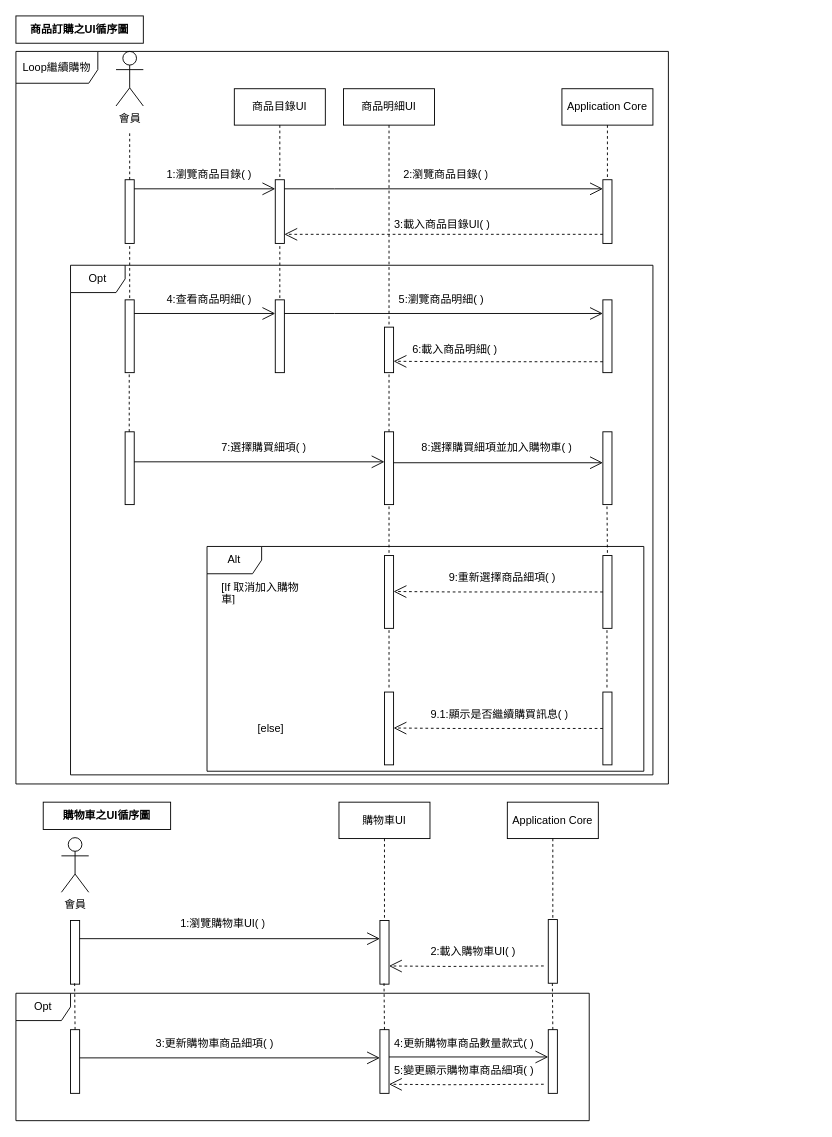
odcs0320/blog keeps this draw.io diagram as 未命名绘图.drawio. Above is the earlier version. Source tidied: cells renumbered, new cells numbered last; positions are measured from the earlier drawing's top-left corner, leaving out a move shared by most shapes. Both pictures are drawn from the tidied source at 91%, with x=0, y=0 at pixel (15, 15).
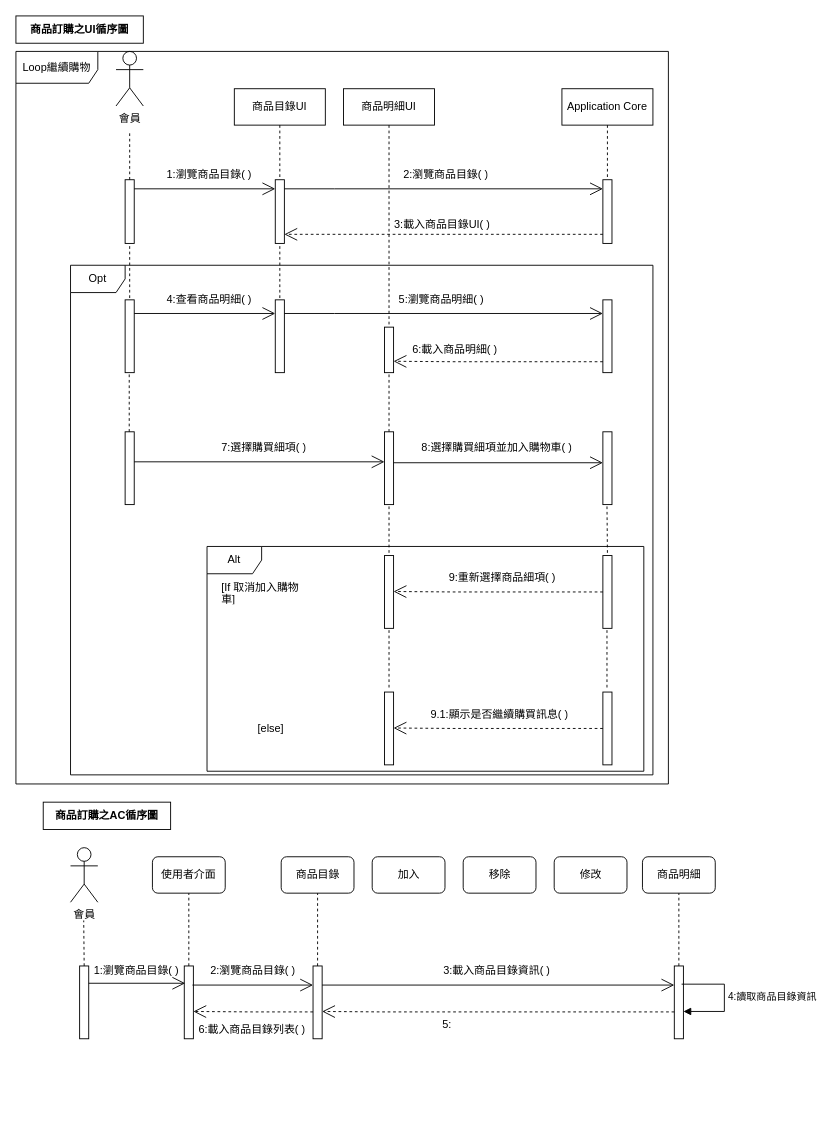
Above is the later version.

Commit message (it also covers changes not shown here):
更新未命名绘图.drawio

The edit, as a diff of the source:
```diff
@@
     <mxCell id="52" value="會員" style="shape=umlActor;verticalLabelPosition=bottom;verticalAlign=top;html=1;" parent="1" vertex="1">
-      <mxGeometry x="50" y="903" width="30" height="60" as="geometry" />
+      <mxGeometry x="60" y="914" width="30" height="60" as="geometry" />
     </mxCell>
-    <mxCell id="53" value="購物車之UI循序圖" style="fontStyle=1;whiteSpace=wrap;html=1;" parent="1" vertex="1">
+    <mxCell id="53" value="商品訂購之AC循序圖" style="fontStyle=1;whiteSpace=wrap;html=1;" parent="1" vertex="1">
       <mxGeometry x="30" y="864" width="140" height="30" as="geometry" />
     </mxCell>
-    <mxCell id="54" value="購物車UI" style="shape=umlLifeline;perimeter=lifelinePerimeter;whiteSpace=wrap;html=1;newEdgeStyle={&quot;edgeStyle&quot;:&quot;elbowEdgeStyle&quot;,&quot;elbow&quot;:&quot;vertical&quot;,&quot;curved&quot;:0,&quot;rounded&quot;:0};" parent="1" vertex="1">
-      <mxGeometry x="355" y="864" width="100" height="130" as="geometry" />
-    </mxCell>
-    <mxCell id="55" style="html=1;perimeter=orthogonalPerimeter;targetShapes=umlLifeline;newEdgeStyle={&quot;edgeStyle&quot;:&quot;elbowEdgeStyle&quot;,&quot;elbow&quot;:&quot;vertical&quot;,&quot;curved&quot;:0,&quot;rounded&quot;:0};" parent="1" vertex="1">
-      <mxGeometry x="60" y="994" width="10" height="70" as="geometry" />
-    </mxCell>
-    <mxCell id="56" value="1:瀏覽購物車UI( )" style="text;strokeColor=none;fillColor=none;align=left;verticalAlign=middle;spacingLeft=4;spacingRight=4;overflow=hidden;whiteSpace=wrap;html=1;" parent="1" vertex="1">
-      <mxGeometry x="175" y="983" width="110" height="30" as="geometry" />
-    </mxCell>
-    <mxCell id="57" value="Application Core" style="shape=umlLifeline;perimeter=lifelinePerimeter;whiteSpace=wrap;html=1;newEdgeStyle={&quot;edgeStyle&quot;:&quot;elbowEdgeStyle&quot;,&quot;elbow&quot;:&quot;vertical&quot;,&quot;curved&quot;:0,&quot;rounded&quot;:0};" parent="1" vertex="1">
-      <mxGeometry x="540" y="864" width="100" height="129" as="geometry" />
-    </mxCell>
-    <mxCell id="58" style="html=1;points=[];perimeter=orthogonalPerimeter;outlineConnect=0;targetShapes=umlLifeline;portConstraint=eastwest;newEdgeStyle={&quot;edgeStyle&quot;:&quot;elbowEdgeStyle&quot;,&quot;elbow&quot;:&quot;vertical&quot;,&quot;curved&quot;:0,&quot;rounded&quot;:0};" parent="1" vertex="1">
-      <mxGeometry x="400" y="994" width="10" height="70" as="geometry" />
-    </mxCell>
-    <mxCell id="59" style="html=1;perimeter=orthogonalPerimeter;targetShapes=umlLifeline;newEdgeStyle={&quot;edgeStyle&quot;:&quot;elbowEdgeStyle&quot;,&quot;elbow&quot;:&quot;vertical&quot;,&quot;curved&quot;:0,&quot;rounded&quot;:0};" parent="1" vertex="1">
-      <mxGeometry x="585" y="993" width="10" height="70" as="geometry" />
-    </mxCell>
-    <mxCell id="60" value="2:載入購物車UI( )" style="text;strokeColor=none;fillColor=none;align=left;verticalAlign=middle;spacingLeft=4;spacingRight=4;overflow=hidden;whiteSpace=wrap;html=1;" parent="1" vertex="1">
-      <mxGeometry x="450" y="1013" width="110" height="30" as="geometry" />
-    </mxCell>
-    <mxCell id="61" style="endArrow=open;endFill=1;endSize=12;html=1;rounded=0;entryX=0;entryY=0.286;entryDx=0;entryDy=0;entryPerimeter=0;" parent="1" edge="1" target="58">
-      <mxGeometry relative="1" as="geometry">
-        <mxPoint x="70" y="1014" as="sourcePoint" />
-      </mxGeometry>
-    </mxCell>
-    <mxCell id="62" style="endArrow=open;endFill=1;endSize=12;html=1;rounded=0;dashed=1;" parent="1" edge="1">
-      <mxGeometry relative="1" as="geometry">
-        <mxPoint x="580" y="1044" as="sourcePoint" />
-        <mxPoint x="410" y="1044" as="targetPoint" />
-        <Array as="points">
-          <mxPoint x="475" y="1044.5" />
-        </Array>
-      </mxGeometry>
-    </mxCell>
-    <mxCell id="63" style="html=1;perimeter=orthogonalPerimeter;targetShapes=umlLifeline;newEdgeStyle={&quot;edgeStyle&quot;:&quot;elbowEdgeStyle&quot;,&quot;elbow&quot;:&quot;vertical&quot;,&quot;curved&quot;:0,&quot;rounded&quot;:0};" parent="1" vertex="1">
-      <mxGeometry x="60" y="1114" width="10" height="70" as="geometry" />
-    </mxCell>
-    <mxCell id="64" style="html=1;points=[];perimeter=orthogonalPerimeter;outlineConnect=0;targetShapes=umlLifeline;portConstraint=eastwest;newEdgeStyle={&quot;edgeStyle&quot;:&quot;elbowEdgeStyle&quot;,&quot;elbow&quot;:&quot;vertical&quot;,&quot;curved&quot;:0,&quot;rounded&quot;:0};" parent="1" vertex="1">
-      <mxGeometry x="400" y="1114" width="10" height="70" as="geometry" />
-    </mxCell>
-    <mxCell id="65" style="html=1;perimeter=orthogonalPerimeter;targetShapes=umlLifeline;newEdgeStyle={&quot;edgeStyle&quot;:&quot;elbowEdgeStyle&quot;,&quot;elbow&quot;:&quot;vertical&quot;,&quot;curved&quot;:0,&quot;rounded&quot;:0};" parent="1" vertex="1">
-      <mxGeometry x="585" y="1114" width="10" height="70" as="geometry" />
-    </mxCell>
-    <mxCell id="66" value="3:更新購物車商品細項( )" style="text;strokeColor=none;fillColor=none;align=left;verticalAlign=middle;spacingLeft=4;spacingRight=4;overflow=hidden;whiteSpace=wrap;html=1;" parent="1" vertex="1">
-      <mxGeometry x="147.5" y="1114" width="145" height="30" as="geometry" />
-    </mxCell>
-    <mxCell id="67" style="endArrow=open;endFill=1;endSize=12;html=1;rounded=0;entryX=0;entryY=0.286;entryDx=0;entryDy=0;entryPerimeter=0;" parent="1" edge="1">
-      <mxGeometry relative="1" as="geometry">
-        <mxPoint x="70" y="1145" as="sourcePoint" />
-        <mxPoint x="400" y="1145" as="targetPoint" />
-      </mxGeometry>
-    </mxCell>
-    <mxCell id="68" style="endArrow=open;endFill=1;endSize=12;html=1;rounded=0;entryX=0;entryY=0.286;entryDx=0;entryDy=0;entryPerimeter=0;" parent="1" edge="1" source="64">
-      <mxGeometry relative="1" as="geometry">
-        <mxPoint x="585" y="1144" as="targetPoint" />
-      </mxGeometry>
-    </mxCell>
-    <mxCell id="69" style="endArrow=open;endFill=1;endSize=12;html=1;rounded=0;dashed=1;" parent="1" edge="1">
-      <mxGeometry relative="1" as="geometry">
-        <mxPoint x="580" y="1174" as="sourcePoint" />
-        <mxPoint x="410" y="1174" as="targetPoint" />
-        <Array as="points">
-          <mxPoint x="475" y="1174.5" />
-        </Array>
-      </mxGeometry>
-    </mxCell>
-    <mxCell id="70" value="4:更新購物車商品數量款式( )" style="text;strokeColor=none;fillColor=none;align=left;verticalAlign=middle;spacingLeft=4;spacingRight=4;overflow=hidden;whiteSpace=wrap;html=1;" parent="1" vertex="1">
-      <mxGeometry x="410" y="1114" width="170" height="30" as="geometry" />
-    </mxCell>
-    <mxCell id="71" value="5:變更顯示購物車商品細項( )" style="text;strokeColor=none;fillColor=none;align=left;verticalAlign=middle;spacingLeft=4;spacingRight=4;overflow=hidden;whiteSpace=wrap;html=1;" parent="1" vertex="1">
-      <mxGeometry x="410" y="1144" width="170" height="30" as="geometry" />
-    </mxCell>
-    <mxCell id="72" style="html=1;verticalAlign=bottom;startArrow=none;endArrow=none;dashed=1;rounded=0;" parent="1" edge="1">
-      <mxGeometry relative="1" as="geometry">
-        <mxPoint x="405" y="1114" as="sourcePoint" />
-        <mxPoint x="404.5" y="1063" as="targetPoint" />
-      </mxGeometry>
-    </mxCell>
-    <mxCell id="73" style="html=1;verticalAlign=bottom;startArrow=none;endArrow=none;dashed=1;rounded=0;" parent="1" edge="1">
-      <mxGeometry relative="1" as="geometry">
-        <mxPoint x="590" y="1114" as="sourcePoint" />
-        <mxPoint x="589.5" y="1063" as="targetPoint" />
-      </mxGeometry>
-    </mxCell>
-    <mxCell id="74" style="html=1;verticalAlign=bottom;startArrow=none;endArrow=none;dashed=1;rounded=0;" parent="1" edge="1">
-      <mxGeometry relative="1" as="geometry">
-        <mxPoint x="65" y="1114" as="sourcePoint" />
-        <mxPoint x="64.5" y="1063" as="targetPoint" />
-      </mxGeometry>
-    </mxCell>
@@
-    <mxCell id="78" value="Opt" style="shape=umlFrame;whiteSpace=wrap;html=1;" parent="1" vertex="1">
-      <mxGeometry y="1074" width="630" height="140" as="geometry" />
-    </mxCell>
+    <mxCell id="79" value="使用者介面" style="rounded=1;whiteSpace=wrap;html=1;" parent="1" vertex="1">
+      <mxGeometry x="150" y="924" width="80" height="40" as="geometry" />
+    </mxCell>
+    <mxCell id="80" value="商品目錄" style="rounded=1;whiteSpace=wrap;html=1;" parent="1" vertex="1">
+      <mxGeometry x="291.5" y="924" width="80" height="40" as="geometry" />
+    </mxCell>
+    <mxCell id="81" value="加入" style="rounded=1;whiteSpace=wrap;html=1;" parent="1" vertex="1">
+      <mxGeometry x="391.5" y="924" width="80" height="40" as="geometry" />
+    </mxCell>
+    <mxCell id="82" value="移除" style="rounded=1;whiteSpace=wrap;html=1;" parent="1" vertex="1">
+      <mxGeometry x="491.5" y="924" width="80" height="40" as="geometry" />
+    </mxCell>
+    <mxCell id="83" value="修改" style="rounded=1;whiteSpace=wrap;html=1;" parent="1" vertex="1">
+      <mxGeometry x="591.5" y="924" width="80" height="40" as="geometry" />
+    </mxCell>
+    <mxCell id="84" value="商品明細" style="rounded=1;whiteSpace=wrap;html=1;" parent="1" vertex="1">
+      <mxGeometry x="688.5" y="924" width="80" height="40" as="geometry" />
+    </mxCell>
+    <mxCell id="85" style="html=1;points=[];perimeter=orthogonalPerimeter;outlineConnect=0;targetShapes=umlLifeline;portConstraint=eastwest;newEdgeStyle={&quot;edgeStyle&quot;:&quot;elbowEdgeStyle&quot;,&quot;elbow&quot;:&quot;vertical&quot;,&quot;curved&quot;:0,&quot;rounded&quot;:0};" parent="1" vertex="1">
+      <mxGeometry x="70" y="1044" width="10" height="80" as="geometry" />
+    </mxCell>
+    <mxCell id="86" style="html=1;verticalAlign=bottom;startArrow=none;endArrow=none;dashed=1;rounded=0;" parent="1" edge="1">
+      <mxGeometry relative="1" as="geometry">
+        <mxPoint x="75" y="1044" as="sourcePoint" />
+        <mxPoint x="74.5" y="994" as="targetPoint" />
+      </mxGeometry>
+    </mxCell>
+    <mxCell id="87" style="html=1;perimeter=orthogonalPerimeter;targetShapes=umlLifeline;newEdgeStyle={&quot;edgeStyle&quot;:&quot;elbowEdgeStyle&quot;,&quot;elbow&quot;:&quot;vertical&quot;,&quot;curved&quot;:0,&quot;rounded&quot;:0};" parent="1" vertex="1">
+      <mxGeometry x="185" y="1044" width="10" height="80" as="geometry" />
+    </mxCell>
+    <mxCell id="88" style="html=1;verticalAlign=bottom;startArrow=none;endArrow=none;dashed=1;rounded=0;entryX=0.5;entryY=1;entryDx=0;entryDy=0;" parent="1" edge="1" target="79">
+      <mxGeometry relative="1" as="geometry">
+        <mxPoint x="190" y="1044" as="sourcePoint" />
+      </mxGeometry>
+    </mxCell>
+    <mxCell id="89" style="html=1;points=[];perimeter=orthogonalPerimeter;outlineConnect=0;targetShapes=umlLifeline;portConstraint=eastwest;newEdgeStyle={&quot;edgeStyle&quot;:&quot;elbowEdgeStyle&quot;,&quot;elbow&quot;:&quot;vertical&quot;,&quot;curved&quot;:0,&quot;rounded&quot;:0};" parent="1" vertex="1">
+      <mxGeometry x="326.5" y="1044" width="10" height="80" as="geometry" />
+    </mxCell>
+    <mxCell id="90" style="html=1;verticalAlign=bottom;startArrow=none;endArrow=none;dashed=1;rounded=0;entryX=0.5;entryY=1;entryDx=0;entryDy=0;" parent="1" edge="1">
+      <mxGeometry relative="1" as="geometry">
+        <mxPoint x="331.5" y="1044" as="sourcePoint" />
+        <mxPoint x="331.5" y="964" as="targetPoint" />
+      </mxGeometry>
+    </mxCell>
+    <mxCell id="91" style="html=1;points=[];perimeter=orthogonalPerimeter;outlineConnect=0;targetShapes=umlLifeline;portConstraint=eastwest;newEdgeStyle={&quot;edgeStyle&quot;:&quot;elbowEdgeStyle&quot;,&quot;elbow&quot;:&quot;vertical&quot;,&quot;curved&quot;:0,&quot;rounded&quot;:0};" parent="1" vertex="1">
+      <mxGeometry x="723.5" y="1044" width="10" height="80" as="geometry" />
+    </mxCell>
+    <mxCell id="92" style="html=1;verticalAlign=bottom;startArrow=none;endArrow=none;dashed=1;rounded=0;entryX=0.5;entryY=1;entryDx=0;entryDy=0;" parent="1" edge="1">
+      <mxGeometry relative="1" as="geometry">
+        <mxPoint x="728.5" y="1044" as="sourcePoint" />
+        <mxPoint x="728.5" y="964" as="targetPoint" />
+      </mxGeometry>
+    </mxCell>
+    <mxCell id="93" value="1:瀏覽商品目錄( )" style="text;strokeColor=none;fillColor=none;align=left;verticalAlign=middle;spacingLeft=4;spacingRight=4;overflow=hidden;points=[[0,0.5],[1,0.5]];portConstraint=eastwest;whiteSpace=wrap;html=1;" parent="1" vertex="1">
+      <mxGeometry x="80" y="1034" width="110" height="30" as="geometry" />
+    </mxCell>
+    <mxCell id="94" style="endArrow=open;endFill=1;endSize=12;html=1;rounded=0;entryX=0.964;entryY=0.967;entryDx=0;entryDy=0;entryPerimeter=0;" parent="1" edge="1" source="85" target="93">
+      <mxGeometry relative="1" as="geometry" />
+    </mxCell>
+    <mxCell id="95" style="endArrow=open;endFill=1;endSize=12;html=1;rounded=0;exitX=0.991;exitY=1.033;exitDx=0;exitDy=0;exitPerimeter=0;" parent="1" edge="1" target="89">
+      <mxGeometry relative="1" as="geometry">
+        <mxPoint x="194" y="1065" as="sourcePoint" />
+      </mxGeometry>
+    </mxCell>
+    <mxCell id="96" style="endArrow=open;endFill=1;endSize=12;html=1;rounded=0;exitX=0.991;exitY=1.033;exitDx=0;exitDy=0;exitPerimeter=0;" parent="1" edge="1" target="91">
+      <mxGeometry relative="1" as="geometry">
+        <mxPoint x="336.5" y="1065" as="sourcePoint" />
+      </mxGeometry>
+    </mxCell>
+    <mxCell id="97" value="2:瀏覽商品目錄( )" style="text;strokeColor=none;fillColor=none;align=left;verticalAlign=middle;spacingLeft=4;spacingRight=4;overflow=hidden;whiteSpace=wrap;html=1;" parent="1" vertex="1">
+      <mxGeometry x="207.5" y="1034" width="110" height="30" as="geometry" />
+    </mxCell>
+    <mxCell id="98" value="3:載入商品目錄資訊( )" style="text;strokeColor=none;fillColor=none;align=left;verticalAlign=middle;spacingLeft=4;spacingRight=4;overflow=hidden;whiteSpace=wrap;html=1;" parent="1" vertex="1">
+      <mxGeometry x="464" y="1034" width="135" height="30" as="geometry" />
+    </mxCell>
+    <mxCell id="99" value="4:讀取商品目錄資訊" style="html=1;align=left;spacingLeft=2;endArrow=block;rounded=0;edgeStyle=orthogonalEdgeStyle;curved=0;rounded=0;exitX=0.8;exitY=0.25;exitDx=0;exitDy=0;exitPerimeter=0;" parent="1" edge="1" source="91" target="91">
+      <mxGeometry relative="1" as="geometry">
+        <Array as="points">
+          <mxPoint x="778.5" y="1064" />
+          <mxPoint x="778.5" y="1094" />
+        </Array>
+      </mxGeometry>
+    </mxCell>
+    <mxCell id="100" style="endArrow=open;endFill=1;endSize=12;html=1;rounded=0;dashed=1;" parent="1" edge="1" source="91">
+      <mxGeometry relative="1" as="geometry">
+        <mxPoint x="336.5" y="1094" as="targetPoint" />
+        <Array as="points">
+          <mxPoint x="401.5" y="1094.5" />
+        </Array>
+      </mxGeometry>
+    </mxCell>
+    <mxCell id="101" value="5:" style="text;strokeColor=none;fillColor=none;align=left;verticalAlign=middle;spacingLeft=4;spacingRight=4;overflow=hidden;whiteSpace=wrap;html=1;" parent="1" vertex="1">
+      <mxGeometry x="462.5" y="1094" width="135" height="30" as="geometry" />
+    </mxCell>
+    <mxCell id="102" style="endArrow=open;endFill=1;endSize=12;html=1;rounded=0;dashed=1;" parent="1" edge="1" source="89">
+      <mxGeometry relative="1" as="geometry">
+        <mxPoint x="195" y="1094" as="targetPoint" />
+        <Array as="points">
+          <mxPoint x="260" y="1094.5" />
+        </Array>
+      </mxGeometry>
+    </mxCell>
+    <mxCell id="103" value="6:載入商品目錄列表( )" style="text;strokeColor=none;fillColor=none;align=left;verticalAlign=middle;spacingLeft=4;spacingRight=4;overflow=hidden;whiteSpace=wrap;html=1;" parent="1" vertex="1">
+      <mxGeometry x="195" y="1099" width="135" height="30" as="geometry" />
+    </mxCell>
```
